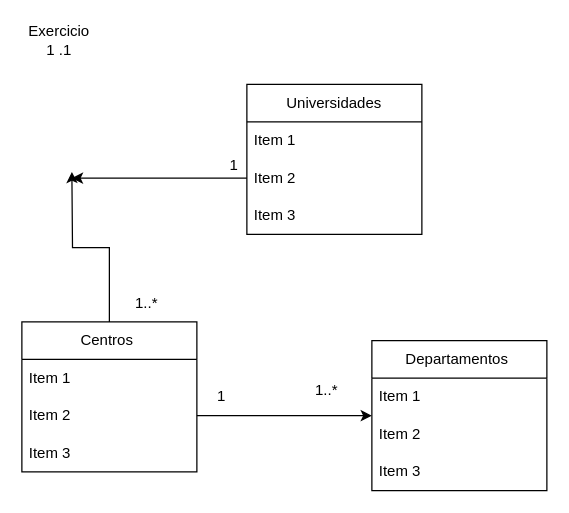
Before: page "Página-1" (1 of 3) of estudo pra prova.drawio in livramos/Modelagem-de-Dados-, a draw.io diagram. Source tidied: cells renumbered, new cells numbered last; positions are measured from the earlier drawing's top-left corner, leaving out a move shared by most shapes. Both pictures are drawn from the tidied source at 125%, with x=0, y=0 at pixel (21, 21).
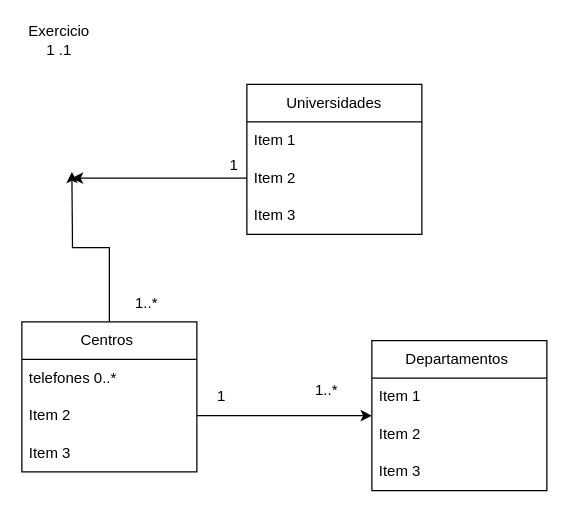
After the change.

Unchanged cells that the change refers to:
```xml
<mxCell id="9" value="Centros&amp;nbsp;" style="swimlane;fontStyle=0;horizontal=1;startSize=30;whiteSpace=wrap;html=1;" parent="1" vertex="1">
  <mxGeometry y="240" width="140" height="120" as="geometry" />
</mxCell>
```

Change to the diagram source:
```diff
@@
-    <mxCell id="10" value="Item 1" style="text;strokeColor=none;fillColor=none;align=left;verticalAlign=middle;spacingLeft=4;spacingRight=4;overflow=hidden;whiteSpace=wrap;html=1;" parent="9" vertex="1">
+    <mxCell id="10" value="telefones 0..*" style="text;strokeColor=none;fillColor=none;align=left;verticalAlign=middle;spacingLeft=4;spacingRight=4;overflow=hidden;whiteSpace=wrap;html=1;" parent="9" vertex="1">
       <mxGeometry y="30" width="140" height="30" as="geometry" />
     </mxCell>
```
